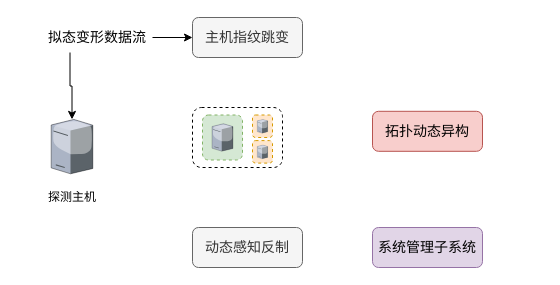
Earlier version of the draw.io diagram 动态节点虚拟子系统信息流程图.drawio (qiuqiu1234/my-test-pro). Source tidied: cells renumbered, new cells numbered last; positions are measured from the earlier drawing's top-left corner, leaving out a move shared by most shapes. Both pictures are drawn from the tidied source at 100%, with x=0, y=0 at pixel (42, 17).
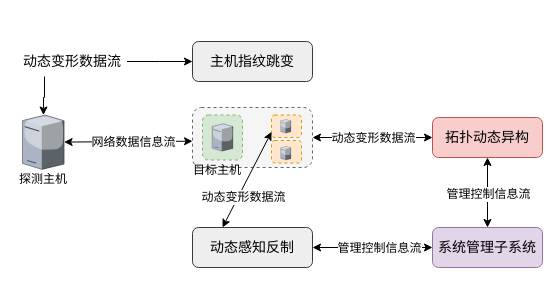
The same page after the edit.

Commit message (it also covers changes not shown here):
更新动态节点虚拟子系统信息流程图.drawio

Diff of the diagram source:
```diff
@@
-    <mxCell id="2" value="主机指纹跳变" style="rounded=1;whiteSpace=wrap;html=1;fontSize=14;fillColor=#f5f5f5;strokeColor=#666666;fontColor=#333333;" parent="1" vertex="1">
-      <mxGeometry x="150" width="110" height="40" as="geometry" />
+    <mxCell id="2" value="主机指纹跳变" style="rounded=1;whiteSpace=wrap;html=1;fontSize=14;fillColor=#eeeeee;strokeColor=#36393d;" parent="1" vertex="1">
+      <mxGeometry x="150" y="24" width="120" height="40" as="geometry" />
     </mxCell>
     <mxCell id="3" value="拓扑动态异构" style="rounded=1;whiteSpace=wrap;html=1;fontSize=14;fillColor=#f8cecc;strokeColor=#b85450;" parent="1" vertex="1">
-      <mxGeometry x="330" y="93.8" width="110" height="40" as="geometry" />
+      <mxGeometry x="390" y="100" width="110" height="40" as="geometry" />
     </mxCell>
     <mxCell id="4" value="系统管理子系统" style="rounded=1;whiteSpace=wrap;html=1;fontSize=14;fillColor=#e1d5e7;strokeColor=#9673a6;" parent="1" vertex="1">
-      <mxGeometry x="330" y="210" width="110" height="40" as="geometry" />
+      <mxGeometry x="390" y="210" width="110" height="40" as="geometry" />
     </mxCell>
-    <mxCell id="5" value="动态感知反制" style="rounded=1;whiteSpace=wrap;html=1;fontSize=14;fillColor=#f5f5f5;fontColor=#333333;strokeColor=#666666;" parent="1" vertex="1">
-      <mxGeometry x="150" y="210" width="110" height="40" as="geometry" />
+    <mxCell id="5" value="动态感知反制" style="rounded=1;whiteSpace=wrap;html=1;fontSize=14;fillColor=#eeeeee;strokeColor=#36393d;" parent="1" vertex="1">
+      <mxGeometry x="150" y="210" width="120" height="40" as="geometry" />
     </mxCell>
     <mxCell id="6" style="verticalLabelPosition=bottom;sketch=0;html=1;verticalAlign=top;strokeColor=#b85450;align=center;outlineConnect=0;shape=mxgraph.citrix.license_server;fontSize=14;fillColor=#f8cecc;" parent="1" vertex="1">
-      <mxGeometry x="8.7" y="101.9" width="41.6" height="54.4" as="geometry" />
+      <mxGeometry x="-20" y="97.5" width="41.6" height="54.4" as="geometry" />
     </mxCell>
     <mxCell id="7" value="探测主机" style="text;html=1;strokeColor=none;fillColor=none;align=center;verticalAlign=middle;whiteSpace=wrap;rounded=0;fontSize=12;" parent="1" vertex="1">
-      <mxGeometry x="4.5" y="170" width="50" height="20" as="geometry" />
+      <mxGeometry x="-24.2" y="151.9" width="50" height="20" as="geometry" />
     </mxCell>
-    <mxCell id="8" style="edgeStyle=orthogonalEdgeStyle;rounded=0;jettySize=auto;html=1;exitX=1;exitY=0.5;exitDx=0;exitDy=0;fontSize=14;" parent="1" edge="1" source="10" target="2">
-      <mxGeometry relative="1" as="geometry" />
-    </mxCell>
-    <mxCell id="9" style="edgeStyle=orthogonalEdgeStyle;rounded=0;jettySize=auto;html=1;exitX=0.25;exitY=1;exitDx=0;exitDy=0;fontSize=14;" parent="1" edge="1" source="10" target="6">
-      <mxGeometry relative="1" as="geometry" />
+    <mxCell id="9" style="edgeStyle=orthogonalEdgeStyle;rounded=0;jettySize=auto;html=1;exitX=0.25;exitY=1;exitDx=0;exitDy=0;fontSize=14;" parent="1" edge="1" source="30" target="6">
+      <mxGeometry relative="1" as="geometry">
+        <Array as="points">
+          <mxPoint x="2" y="80" />
+          <mxPoint x="1" y="80" />
+        </Array>
+      </mxGeometry>
     </mxCell>
-    <mxCell id="10" value="拟态变形数据流" style="text;html=1;strokeColor=none;fillColor=none;align=center;verticalAlign=middle;whiteSpace=wrap;rounded=0;fontSize=14;" parent="1" vertex="1">
-      <mxGeometry y="5" width="110" height="30" as="geometry" />
-    </mxCell>
-    <mxCell id="11" style="rounded=1;whiteSpace=wrap;html=1;fontSize=12;dashed=1;" parent="1" vertex="1">
-      <mxGeometry x="150" y="90" width="90" height="60" as="geometry" />
+    <mxCell id="11" style="rounded=1;whiteSpace=wrap;html=1;fontSize=12;dashed=1;fillColor=#f5f5f5;fontColor=#333333;strokeColor=#666666;" parent="1" vertex="1">
+      <mxGeometry x="150" y="90" width="120" height="60" as="geometry" />
     </mxCell>
@@
     <mxCell id="14" style="rounded=1;whiteSpace=wrap;html=1;fontSize=12;fontStyle=1;dashed=1;fillColor=#ffe6cc;strokeColor=#d79b00;" parent="1" vertex="1">
-      <mxGeometry x="210" y="97.5" width="20" height="22.5" as="geometry" />
+      <mxGeometry x="229" y="97.5" width="30" height="22.5" as="geometry" />
     </mxCell>
     <mxCell id="15" style="verticalLabelPosition=bottom;sketch=0;html=1;verticalAlign=top;strokeColor=none;align=center;shape=mxgraph.citrix.license_server;fontSize=14;" parent="1" vertex="1">
-      <mxGeometry x="214.7" y="101.9" width="10.5" height="13.8" as="geometry" />
+      <mxGeometry x="238" y="101.9" width="10.5" height="13.8" as="geometry" />
     </mxCell>
     <mxCell id="16" style="rounded=1;whiteSpace=wrap;html=1;fontSize=12;fontStyle=1;dashed=1;fillColor=#ffe6cc;strokeColor=#d79b00;" parent="1" vertex="1">
-      <mxGeometry x="210" y="123.1" width="20" height="22.5" as="geometry" />
+      <mxGeometry x="229" y="123" width="30" height="22.5" as="geometry" />
     </mxCell>
-    <mxCell id="17" style="verticalLabelPosition=bottom;sketch=0;html=1;verticalAlign=top;strokeColor=none;align=center;shape=mxgraph.citrix.license_server;fontSize=14;" parent="1" vertex="1">
-      <mxGeometry x="214.7" y="127.5" width="10.5" height="13.8" as="geometry" />
-    </mxCell>
+    <mxCell id="18" style="endArrow=classic;startArrow=classic;html=1;rounded=0;fontSize=12;entryX=0;entryY=0.75;entryDx=0;entryDy=0;exitX=0.25;exitY=0;exitDx=0;exitDy=0;" parent="1" edge="1" source="5" target="14">
+      <mxGeometry relative="1" as="geometry" />
+    </mxCell>
+    <mxCell id="19" value="动态变形数据流" style="edgeLabel;html=1;align=center;verticalAlign=middle;fontSize=12;" parent="18" vertex="1">
+      <mxGeometry x="-0.15" y="1" relative="1" as="geometry">
+        <mxPoint y="11" as="offset" />
+      </mxGeometry>
+    </mxCell>
+    <mxCell id="20" style="endArrow=classic;startArrow=classic;html=1;rounded=0;fontSize=12;entryX=0;entryY=0.5;entryDx=0;entryDy=0;exitX=1;exitY=0.5;exitDx=0;exitDy=0;" parent="1" edge="1" source="5" target="4">
+      <mxGeometry relative="1" as="geometry" />
+    </mxCell>
+    <mxCell id="21" value="管理控制信息流" style="edgeLabel;html=1;align=center;verticalAlign=middle;fontSize=12;" parent="20" vertex="1">
+      <mxGeometry x="-0.14" relative="1" as="geometry">
+        <mxPoint x="14" as="offset" />
+      </mxGeometry>
+    </mxCell>
+    <mxCell id="22" style="endArrow=classic;startArrow=classic;html=1;rounded=0;fontSize=12;exitX=0.5;exitY=0;exitDx=0;exitDy=0;entryX=0.5;entryY=1;entryDx=0;entryDy=0;" parent="1" edge="1" source="4" target="3">
+      <mxGeometry relative="1" as="geometry" />
+    </mxCell>
+    <mxCell id="23" value="管理控制信息流" style="edgeLabel;html=1;align=center;verticalAlign=middle;fontSize=12;" parent="22" vertex="1">
+      <mxGeometry x="-0.39" relative="1" as="geometry">
+        <mxPoint y="-13" as="offset" />
+      </mxGeometry>
+    </mxCell>
+    <mxCell id="24" style="endArrow=classic;startArrow=classic;html=1;rounded=0;fontSize=12;entryX=0;entryY=0.5;entryDx=0;entryDy=0;" parent="1" edge="1" target="3">
+      <mxGeometry relative="1" as="geometry">
+        <mxPoint x="270" y="120" as="sourcePoint" />
+      </mxGeometry>
+    </mxCell>
+    <mxCell id="25" value="动态变形数据流" style="edgeLabel;html=1;align=center;verticalAlign=middle;fontSize=12;" parent="24" vertex="1">
+      <mxGeometry x="-0.14" relative="1" as="geometry">
+        <mxPoint x="8" as="offset" />
+      </mxGeometry>
+    </mxCell>
+    <mxCell id="26" style="endArrow=classic;startArrow=classic;html=1;rounded=0;fontSize=12;entryX=0;entryY=0.5;entryDx=0;entryDy=0;" parent="1" edge="1" source="6">
+      <mxGeometry relative="1" as="geometry">
+        <mxPoint x="150" y="123.7" as="targetPoint" />
+      </mxGeometry>
+    </mxCell>
+    <mxCell id="27" value="网络数据信息流" style="edgeLabel;html=1;align=center;verticalAlign=middle;fontSize=12;" parent="26" vertex="1">
+      <mxGeometry x="-0.14" relative="1" as="geometry">
+        <mxPoint x="14" as="offset" />
+      </mxGeometry>
+    </mxCell>
+    <mxCell id="28" value="目标主机" style="text;html=1;strokeColor=none;fillColor=none;align=center;verticalAlign=middle;whiteSpace=wrap;rounded=0;fontSize=12;" parent="1" vertex="1">
+      <mxGeometry x="150" y="142.5" width="50" height="20" as="geometry" />
+    </mxCell>
+    <mxCell id="29" style="verticalLabelPosition=bottom;sketch=0;html=1;verticalAlign=top;strokeColor=none;align=center;shape=mxgraph.citrix.license_server;fontSize=14;" parent="1" vertex="1">
+      <mxGeometry x="238" y="128.8" width="10.5" height="13.8" as="geometry" />
+    </mxCell>
+    <mxCell id="30" value="动态变形数据流" style="text;html=1;strokeColor=none;fillColor=none;align=center;verticalAlign=middle;whiteSpace=wrap;rounded=0;fontSize=14;" parent="1" vertex="1">
+      <mxGeometry x="-25.5" y="29" width="110" height="30" as="geometry" />
+    </mxCell>
+    <mxCell id="31" style="edgeStyle=orthogonalEdgeStyle;rounded=0;jettySize=auto;html=1;exitX=1;exitY=0.5;exitDx=0;exitDy=0;fontSize=14;" parent="1" edge="1" source="30">
+      <mxGeometry relative="1" as="geometry">
+        <mxPoint x="150" y="44" as="targetPoint" />
+      </mxGeometry>
+    </mxCell>
```
